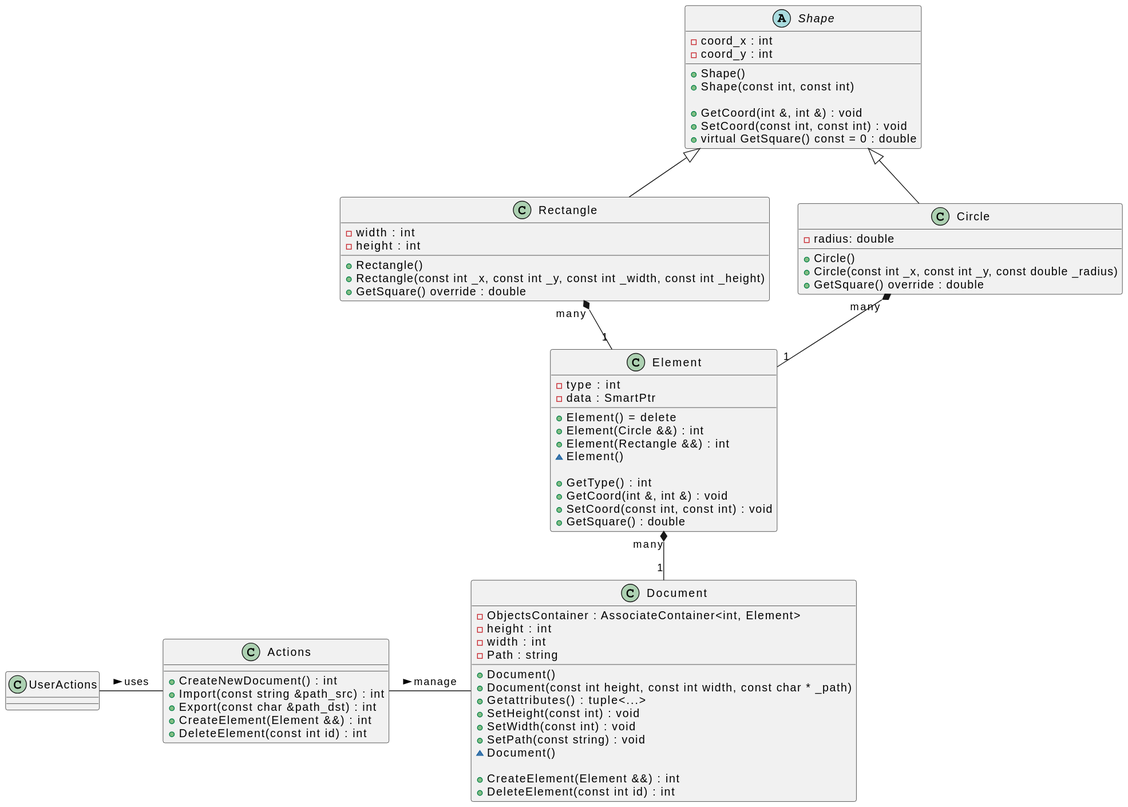
Earlier version of the PlantUML export doc/Task_5.svg (VishnenkoMaxim/Task_5).
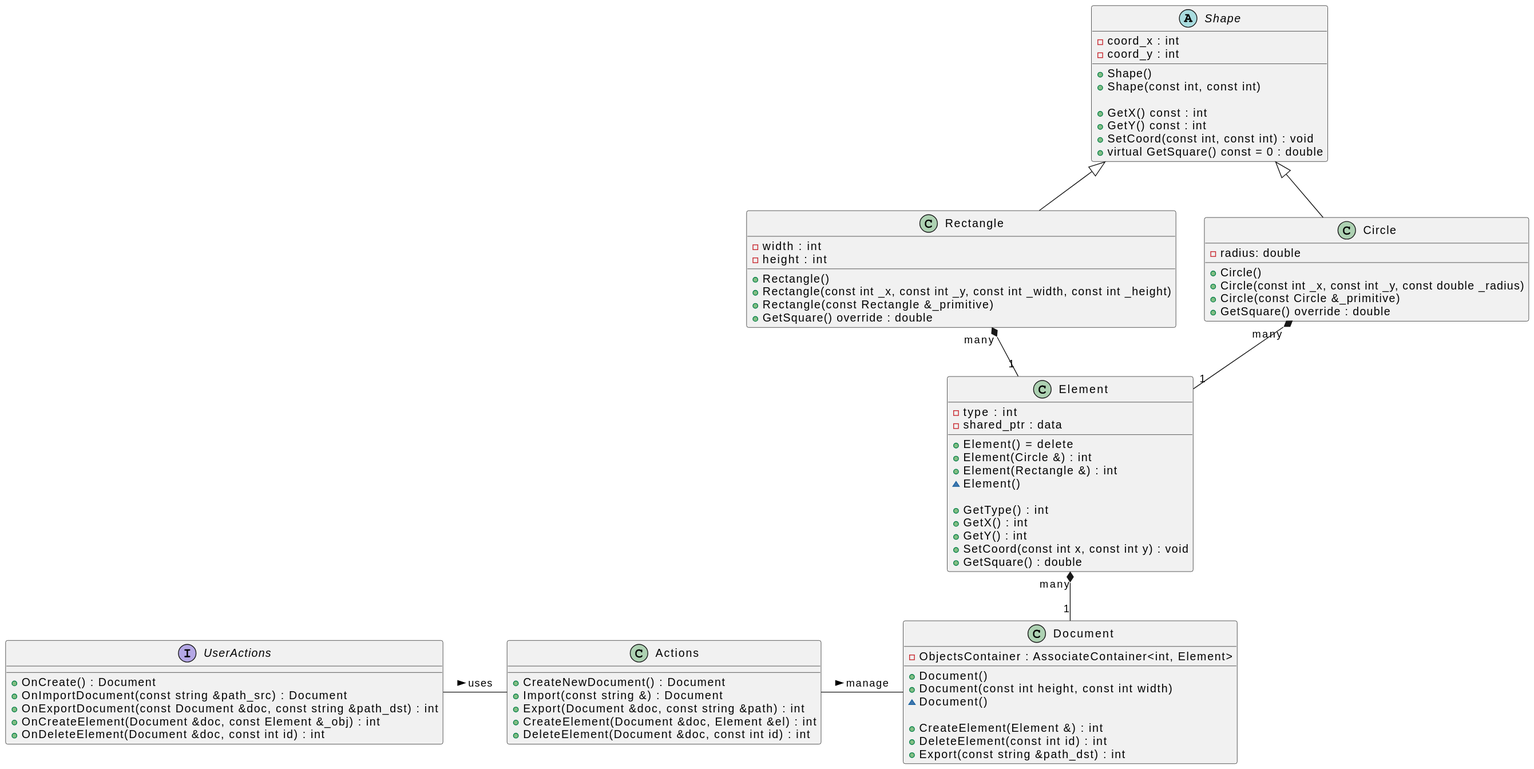
After the commit.

What changed in the source:
```diff
@@ -6,7 +6,8 @@
 +Shape()
 +Shape(const int, const int)
 
-+GetCoord(int &, int &) : void
++GetX() const : int
++GetY() const : int
 +SetCoord(const int, const int) : void
 +virtual GetSquare() const = 0 : double
 }
@@ -17,6 +18,7 @@
 
 +Rectangle()
 +Rectangle(const int _x, const int _y, const int _width, const int _height)
++Rectangle(const Rectangle &_primitive)
 +GetSquare() override : double
 }
 
@@ -25,51 +27,52 @@
 
 +Circle()
 +Circle(const int _x, const int _y, const double _radius)
++Circle(const Circle &_primitive)
 +GetSquare() override : double
 }
 
 class Element{
 - type : int
-- data : SmartPtr
+- shared_ptr : data
 
 +Element() = delete
-+Element(Circle &&) : int
-+Element(Rectangle &&) : int
++Element(Circle &) : int
++Element(Rectangle &) : int
 ~Element()
 
 +GetType() : int
-+GetCoord(int &, int &) : void
-+SetCoord(const int, const int) : void
++GetX() : int
++GetY() : int
++SetCoord(const int x, const int y) : void
 +GetSquare() : double
 }
 
 class Document{
 - ObjectsContainer : AssociateContainer<int, Element>
-- height : int
-- width : int
-- Path : string
 
 +Document()
-+Document(const int height, const int width, const char * _path)
-+Getattributes() : tuple<...>
-+SetHeight(const int) : void
-+SetWidth(const int) : void
-+SetPath(const string) : void
++Document(const int height, const int width)
 ~Document()
 
-+CreateElement(Element &&) : int
++CreateElement(Element &) : int
 +DeleteElement(const int id) : int
++Export(const string &path_dst) : int
 }
 
 class Actions{
-+ CreateNewDocument() : int
-+ Import(const string &path_src) : int
-+ Export(const char &path_dst) : int
-+ CreateElement(Element &&) : int
-+ DeleteElement(const int id) : int
++ CreateNewDocument() : Document
++ Import(const string &) : Document
++ Export(Document &doc, const string &path) : int
++ CreateElement(Document &doc, Element &el) : int
++ DeleteElement(Document &doc, const int id) : int
 }
 
-class UserActions{
+Interface UserActions{
++OnCreate() : Document
++OnImportDocument(const string &path_src) : Document
++OnExportDocument(const Document &doc, const string &path_dst) : int
++OnCreateElement(Document &doc, const Element &_obj) : int
++OnDeleteElement(Document &doc, const int id) : int
 }
 
 Shape <|-- Rectangle
```
